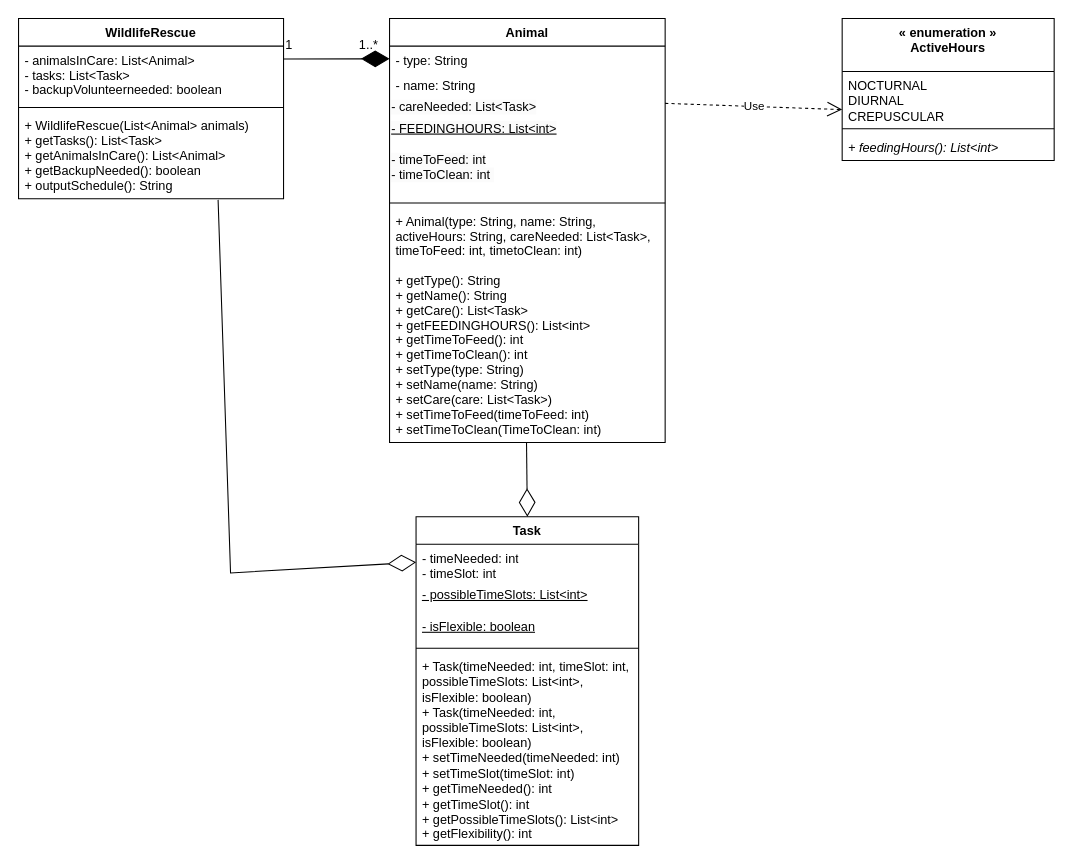
Above: 64.drawio in aryan-karadia/Mock-Schedule-Builder (draw.io), before the change. Source tidied: cells renumbered, new cells numbered last; positions are measured from the earlier drawing's top-left corner, leaving out a move shared by most shapes. Both pictures are drawn from the tidied source at 106%, with x=0, y=0 at pixel (18, 18).
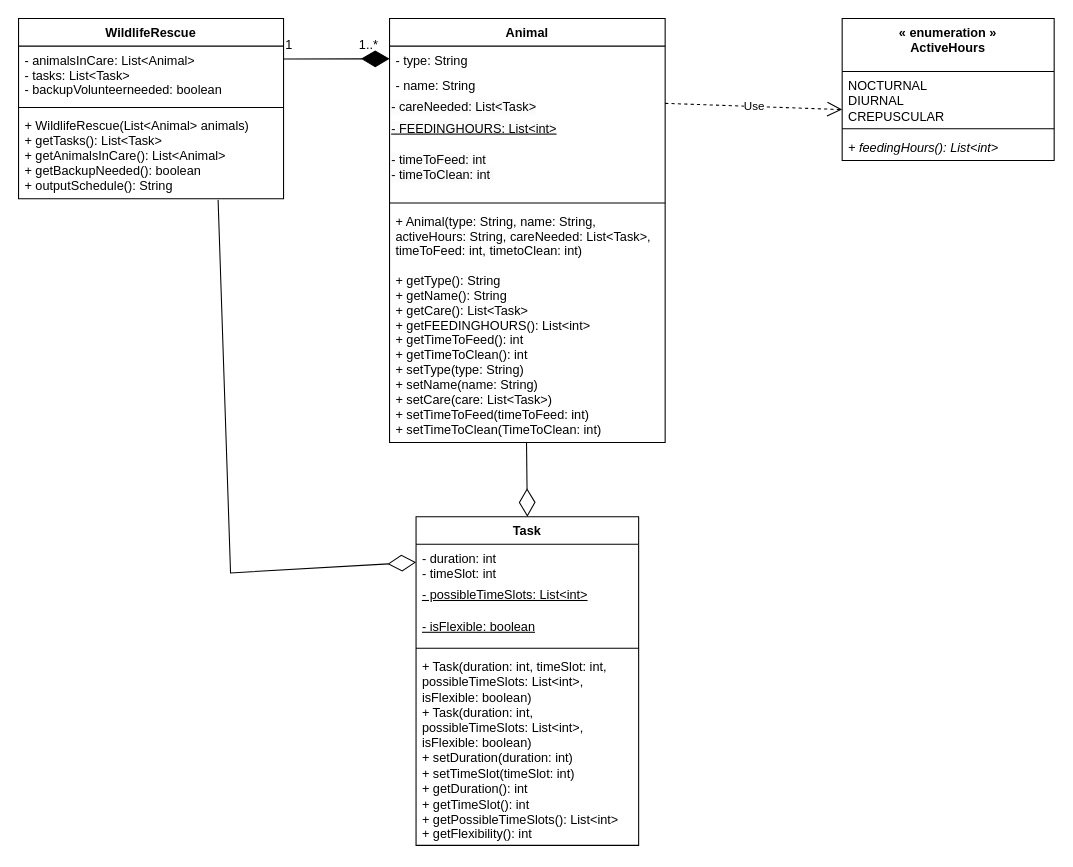
After the change.

Commit message:
reanmed timeNeeded to duration

Unchanged cells that the change refers to:
```xml
<mxCell id="20" value="Task" style="swimlane;fontStyle=1;align=center;verticalAlign=top;horizontal=1;startSize=26;whiteSpace=wrap;html=1;" parent="1" vertex="1">
  <mxGeometry x="375" y="470" width="210" height="310" as="geometry" />
</mxCell>
```

Diff of the diagram source:
```diff
@@
-    <mxCell id="21" value="- timeNeeded: int&lt;br&gt;- timeSlot: int" style="text;strokeColor=none;fillColor=none;align=left;verticalAlign=top;spacingLeft=4;spacingRight=4;overflow=hidden;points=[[0,0.5],[1,0.5]];portConstraint=eastwest;whiteSpace=wrap;html=1;" parent="20" vertex="1">
+    <mxCell id="21" value="- duration: int&lt;br&gt;- timeSlot: int" style="text;strokeColor=none;fillColor=none;align=left;verticalAlign=top;spacingLeft=4;spacingRight=4;overflow=hidden;points=[[0,0.5],[1,0.5]];portConstraint=eastwest;whiteSpace=wrap;html=1;" parent="20" vertex="1">
       <mxGeometry y="26" width="210" height="34" as="geometry" />
     </mxCell>
@@
-    <mxCell id="25" value="+ Task(timeNeeded: int, timeSlot: int, possibleTimeSlots: List&amp;lt;int&amp;gt;, isFlexible: boolean)&lt;br&gt;+ Task(timeNeeded: int, possibleTimeSlots: List&amp;lt;int&amp;gt;, isFlexible: boolean)&lt;br&gt;+ setTimeNeeded(timeNeeded: int)&lt;br&gt;+ setTimeSlot(timeSlot: int)&lt;br&gt;+ getTimeNeeded(): int&lt;br&gt;+ getTimeSlot(): int&lt;br&gt;+ getPossibleTimeSlots(): List&amp;lt;int&amp;gt;&lt;br&gt;+ getFlexibility(): int" style="text;strokeColor=none;fillColor=none;align=left;verticalAlign=top;spacingLeft=4;spacingRight=4;overflow=hidden;whiteSpace=wrap;html=1;" parent="20" vertex="1">
+    <mxCell id="25" value="+ Task(duration: int, timeSlot: int, possibleTimeSlots: List&amp;lt;int&amp;gt;, isFlexible: boolean)&lt;br&gt;+ Task(duration: int, possibleTimeSlots: List&amp;lt;int&amp;gt;, isFlexible: boolean)&lt;br&gt;+ setDuration(duration: int)&lt;br&gt;+ setTimeSlot(timeSlot: int)&lt;br&gt;+ getDuration(): int&lt;br&gt;+ getTimeSlot(): int&lt;br&gt;+ getPossibleTimeSlots(): List&amp;lt;int&amp;gt;&lt;br&gt;+ getFlexibility(): int" style="text;strokeColor=none;fillColor=none;align=left;verticalAlign=top;spacingLeft=4;spacingRight=4;overflow=hidden;whiteSpace=wrap;html=1;" parent="20" vertex="1">
       <mxGeometry y="128" width="210" height="182" as="geometry" />
     </mxCell>
```
